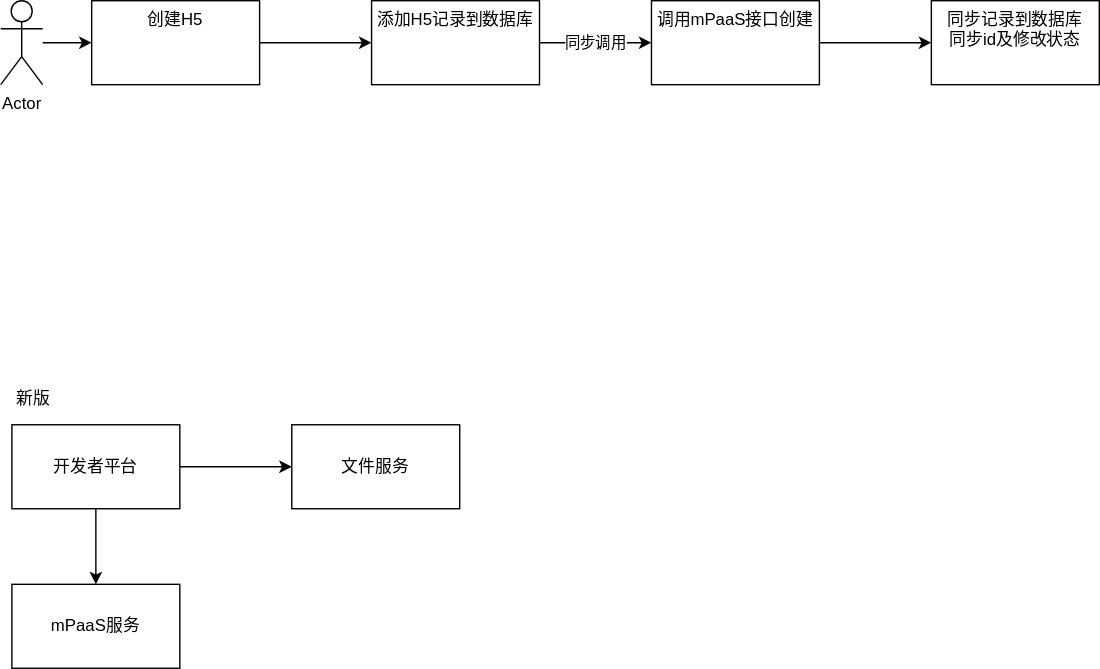
Above: test.drawio.svg in cache9/drawio (draw.io), before the change. Source tidied: cells renumbered, new cells last; positions are measured from the earlier drawing's top-left corner, leaving out a move shared by most shapes.
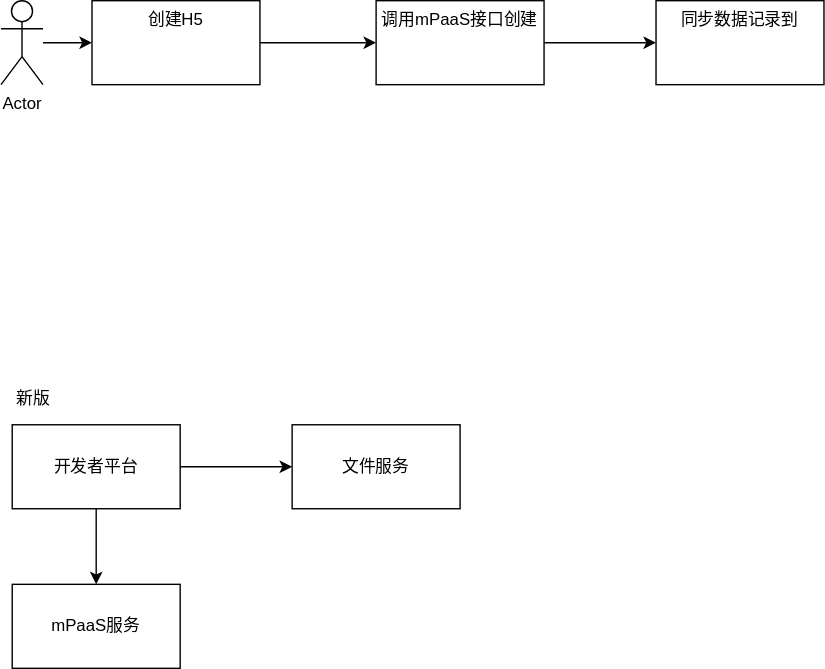
Above is the later version.

Diff of the diagram source:
```diff
@@ -8,26 +8,20 @@
     <mxCell id="3" value="Actor" style="shape=umlActor;verticalLabelPosition=bottom;verticalAlign=top;html=1;" parent="1" vertex="1">
       <mxGeometry width="30" height="60" as="geometry" />
     </mxCell>
-    <mxCell id="4" style="edgeStyle=orthogonalEdgeStyle;rounded=0;jettySize=auto;html=1;" parent="1" edge="1" source="5" target="7">
+    <mxCell id="4" style="edgeStyle=orthogonalEdgeStyle;rounded=0;jettySize=auto;html=1;entryX=0;entryY=0.5;entryDx=0;entryDy=0;" parent="1" edge="1" source="5" target="9">
       <mxGeometry relative="1" as="geometry" />
     </mxCell>
     <mxCell id="5" value="创建H5" style="whiteSpace=wrap;html=1;verticalAlign=top;" parent="1" vertex="1">
       <mxGeometry x="65" width="120" height="60" as="geometry" />
     </mxCell>
-    <mxCell id="6" value="同步调用" style="edgeStyle=orthogonalEdgeStyle;rounded=0;jettySize=auto;html=1;" parent="1" edge="1" source="7" target="9">
-      <mxGeometry relative="1" as="geometry" />
-    </mxCell>
-    <mxCell id="7" value="添加H5记录到数据库" style="whiteSpace=wrap;html=1;verticalAlign=top;" parent="1" vertex="1">
-      <mxGeometry x="265" width="120" height="60" as="geometry" />
-    </mxCell>
     <mxCell id="8" style="edgeStyle=orthogonalEdgeStyle;rounded=0;jettySize=auto;html=1;" parent="1" edge="1" source="9" target="10">
       <mxGeometry relative="1" as="geometry" />
     </mxCell>
     <mxCell id="9" value="调用mPaaS接口创建" style="whiteSpace=wrap;html=1;verticalAlign=top;" parent="1" vertex="1">
-      <mxGeometry x="465" width="120" height="60" as="geometry" />
+      <mxGeometry x="268" width="120" height="60" as="geometry" />
     </mxCell>
-    <mxCell id="10" value="同步记录到数据库&lt;br&gt;同步id及修改状态" style="whiteSpace=wrap;html=1;verticalAlign=top;" parent="1" vertex="1">
-      <mxGeometry x="665" width="120" height="60" as="geometry" />
+    <mxCell id="10" value="同步数据记录到" style="whiteSpace=wrap;html=1;verticalAlign=top;" parent="1" vertex="1">
+      <mxGeometry x="468" width="120" height="60" as="geometry" />
     </mxCell>
     <mxCell id="11" style="edgeStyle=orthogonalEdgeStyle;rounded=0;jettySize=auto;html=1;" parent="1" edge="1" source="13" target="14">
       <mxGeometry relative="1" as="geometry" />
```
